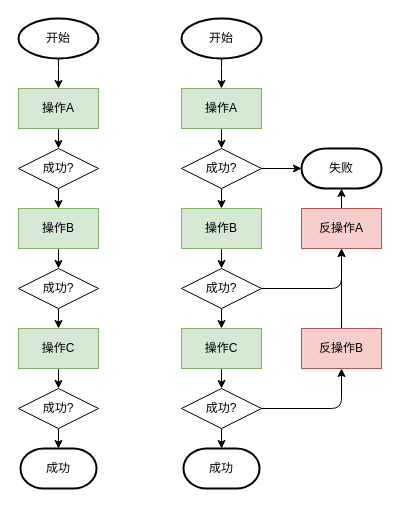
This is page "状态1" (2 of 5) of LBL4.drawio from MengJie/design, a draw.io file, before an edit. Source tidied: cells renumbered, new cells numbered last; positions are measured from the earlier drawing's top-left corner, leaving out a move shared by most shapes. Both pictures are drawn from the tidied source at 100%, with x=0, y=0 at pixel (18, 18).
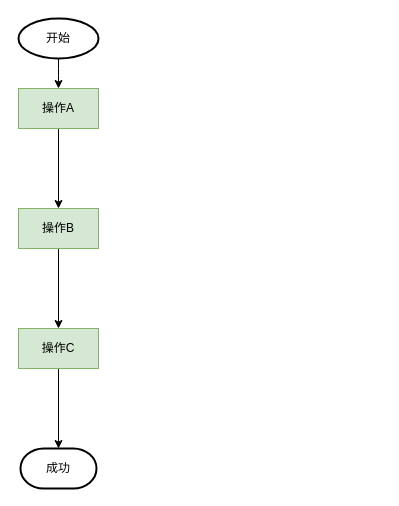
The same diagram, later.

The change refers to these unchanged cells:
```xml
<mxCell id="3" value="操作A" style="rounded=0;whiteSpace=wrap;html=1;fillColor=#d5e8d4;strokeColor=#82b366;" parent="1" vertex="1">
  <mxGeometry y="70" width="80" height="40" as="geometry" />
</mxCell>
<mxCell id="5" value="操作B" style="rounded=0;whiteSpace=wrap;html=1;fillColor=#d5e8d4;strokeColor=#82b366;" parent="1" vertex="1">
  <mxGeometry y="190" width="80" height="40" as="geometry" />
</mxCell>
<mxCell id="11" value="操作C" style="rounded=0;whiteSpace=wrap;html=1;fillColor=#d5e8d4;strokeColor=#82b366;" parent="1" vertex="1">
  <mxGeometry y="310" width="80" height="40" as="geometry" />
</mxCell>
<mxCell id="14" value="成功" style="strokeWidth=2;html=1;shape=mxgraph.flowchart.terminator;whiteSpace=wrap;" parent="1" vertex="1">
  <mxGeometry x="2" y="430" width="76" height="40" as="geometry" />
</mxCell>
```

What changed in the source:
```diff
@@
-    <mxCell id="2" style="edgeStyle=orthogonalEdgeStyle;rounded=1;jettySize=auto;html=1;" parent="1" edge="1" source="3" target="7">
-      <mxGeometry relative="1" as="geometry" />
-    </mxCell>
+    <mxCell id="40" style="edgeStyle=orthogonalEdgeStyle;rounded=1;jettySize=auto;html=1;" parent="1" edge="1" source="3" target="5">
+      <mxGeometry relative="1" as="geometry" />
+    </mxCell>
@@
-    <mxCell id="4" style="edgeStyle=orthogonalEdgeStyle;rounded=1;jettySize=auto;html=1;entryX=0.5;entryY=0;entryDx=0;entryDy=0;" parent="1" edge="1" source="5" target="9">
-      <mxGeometry relative="1" as="geometry" />
-    </mxCell>
+    <mxCell id="41" style="edgeStyle=orthogonalEdgeStyle;rounded=1;jettySize=auto;html=1;" parent="1" edge="1" source="5" target="11">
+      <mxGeometry relative="1" as="geometry" />
+    </mxCell>
@@
-    <mxCell id="6" style="edgeStyle=orthogonalEdgeStyle;rounded=1;jettySize=auto;html=1;entryX=0.5;entryY=0;entryDx=0;entryDy=0;" parent="1" edge="1" source="7" target="5">
-      <mxGeometry relative="1" as="geometry" />
-    </mxCell>
-    <mxCell id="7" value="成功?" style="rhombus;whiteSpace=wrap;html=1;" parent="1" vertex="1">
-      <mxGeometry y="130" width="80" height="40" as="geometry" />
-    </mxCell>
-    <mxCell id="8" style="edgeStyle=orthogonalEdgeStyle;rounded=1;jettySize=auto;html=1;entryX=0.5;entryY=0;entryDx=0;entryDy=0;" parent="1" edge="1" source="9" target="11">
-      <mxGeometry relative="1" as="geometry" />
-    </mxCell>
-    <mxCell id="9" value="成功?" style="rhombus;whiteSpace=wrap;html=1;" parent="1" vertex="1">
-      <mxGeometry y="250" width="80" height="40" as="geometry" />
-    </mxCell>
-    <mxCell id="10" style="edgeStyle=orthogonalEdgeStyle;rounded=1;jettySize=auto;html=1;entryX=0.5;entryY=0;entryDx=0;entryDy=0;" parent="1" edge="1" source="11" target="13">
-      <mxGeometry relative="1" as="geometry" />
-    </mxCell>
+    <mxCell id="42" style="edgeStyle=orthogonalEdgeStyle;rounded=1;jettySize=auto;html=1;" parent="1" edge="1" source="11" target="14">
+      <mxGeometry relative="1" as="geometry" />
+    </mxCell>
@@
-    <mxCell id="12" style="edgeStyle=orthogonalEdgeStyle;rounded=1;jettySize=auto;html=1;entryX=0.5;entryY=0;entryDx=0;entryDy=0;entryPerimeter=0;" parent="1" edge="1" source="13" target="14">
-      <mxGeometry relative="1" as="geometry" />
-    </mxCell>
-    <mxCell id="13" value="成功?" style="rhombus;whiteSpace=wrap;html=1;" parent="1" vertex="1">
-      <mxGeometry y="370" width="80" height="40" as="geometry" />
-    </mxCell>
@@
-    <mxCell id="17" style="edgeStyle=orthogonalEdgeStyle;rounded=1;jettySize=auto;html=1;" parent="1" edge="1" source="18" target="23">
-      <mxGeometry relative="1" as="geometry" />
-    </mxCell>
-    <mxCell id="18" value="操作A" style="rounded=0;whiteSpace=wrap;html=1;fillColor=#d5e8d4;strokeColor=#82b366;" parent="1" vertex="1">
-      <mxGeometry x="163" y="70" width="80" height="40" as="geometry" />
-    </mxCell>
-    <mxCell id="19" style="edgeStyle=orthogonalEdgeStyle;rounded=1;jettySize=auto;html=1;entryX=0.5;entryY=0;entryDx=0;entryDy=0;" parent="1" edge="1" source="20" target="26">
-      <mxGeometry relative="1" as="geometry" />
-    </mxCell>
-    <mxCell id="20" value="操作B" style="rounded=0;whiteSpace=wrap;html=1;fillColor=#d5e8d4;strokeColor=#82b366;" parent="1" vertex="1">
-      <mxGeometry x="163" y="190" width="80" height="40" as="geometry" />
-    </mxCell>
-    <mxCell id="21" style="edgeStyle=orthogonalEdgeStyle;rounded=1;jettySize=auto;html=1;entryX=0.5;entryY=0;entryDx=0;entryDy=0;" parent="1" edge="1" source="23" target="20">
-      <mxGeometry relative="1" as="geometry" />
-    </mxCell>
-    <mxCell id="22" style="edgeStyle=orthogonalEdgeStyle;rounded=1;jettySize=auto;html=1;entryX=0;entryY=0.5;entryDx=0;entryDy=0;entryPerimeter=0;" parent="1" edge="1" source="23" target="33">
-      <mxGeometry relative="1" as="geometry" />
-    </mxCell>
-    <mxCell id="23" value="成功?" style="rhombus;whiteSpace=wrap;html=1;" parent="1" vertex="1">
-      <mxGeometry x="163" y="130" width="80" height="40" as="geometry" />
-    </mxCell>
-    <mxCell id="24" style="edgeStyle=orthogonalEdgeStyle;rounded=1;jettySize=auto;html=1;entryX=0.5;entryY=0;entryDx=0;entryDy=0;" parent="1" edge="1" source="26" target="28">
-      <mxGeometry relative="1" as="geometry" />
-    </mxCell>
-    <mxCell id="25" style="edgeStyle=orthogonalEdgeStyle;rounded=1;jettySize=auto;html=1;entryX=0.5;entryY=1;entryDx=0;entryDy=0;" parent="1" edge="1" source="26" target="35">
-      <mxGeometry relative="1" as="geometry" />
-    </mxCell>
-    <mxCell id="26" value="成功?" style="rhombus;whiteSpace=wrap;html=1;" parent="1" vertex="1">
-      <mxGeometry x="163" y="250" width="80" height="40" as="geometry" />
-    </mxCell>
-    <mxCell id="27" style="edgeStyle=orthogonalEdgeStyle;rounded=1;jettySize=auto;html=1;entryX=0.5;entryY=0;entryDx=0;entryDy=0;" parent="1" edge="1" source="28" target="31">
-      <mxGeometry relative="1" as="geometry" />
-    </mxCell>
-    <mxCell id="28" value="操作C" style="rounded=0;whiteSpace=wrap;html=1;fillColor=#d5e8d4;strokeColor=#82b366;" parent="1" vertex="1">
-      <mxGeometry x="163" y="310" width="80" height="40" as="geometry" />
-    </mxCell>
-    <mxCell id="29" style="edgeStyle=orthogonalEdgeStyle;rounded=1;jettySize=auto;html=1;entryX=0.5;entryY=0;entryDx=0;entryDy=0;entryPerimeter=0;" parent="1" edge="1" source="31" target="32">
-      <mxGeometry relative="1" as="geometry" />
-    </mxCell>
-    <mxCell id="30" style="edgeStyle=orthogonalEdgeStyle;rounded=1;jettySize=auto;html=1;entryX=0.5;entryY=1;entryDx=0;entryDy=0;" parent="1" edge="1" source="31" target="37">
-      <mxGeometry relative="1" as="geometry" />
-    </mxCell>
-    <mxCell id="31" value="成功?" style="rhombus;whiteSpace=wrap;html=1;" parent="1" vertex="1">
-      <mxGeometry x="163" y="370" width="80" height="40" as="geometry" />
-    </mxCell>
-    <mxCell id="32" value="成功" style="strokeWidth=2;html=1;shape=mxgraph.flowchart.terminator;whiteSpace=wrap;" parent="1" vertex="1">
-      <mxGeometry x="165" y="430" width="76" height="40" as="geometry" />
-    </mxCell>
-    <mxCell id="33" value="失败" style="strokeWidth=2;html=1;shape=mxgraph.flowchart.terminator;whiteSpace=wrap;" parent="1" vertex="1">
-      <mxGeometry x="283" y="130" width="80" height="40" as="geometry" />
-    </mxCell>
-    <mxCell id="34" style="edgeStyle=orthogonalEdgeStyle;rounded=1;jettySize=auto;html=1;exitX=0.5;exitY=0;exitDx=0;exitDy=0;entryX=0.5;entryY=1;entryDx=0;entryDy=0;entryPerimeter=0;" parent="1" edge="1" source="35" target="33">
-      <mxGeometry relative="1" as="geometry" />
-    </mxCell>
-    <mxCell id="35" value="反操作A" style="rounded=0;whiteSpace=wrap;html=1;fillColor=#f8cecc;strokeColor=#b85450;" parent="1" vertex="1">
-      <mxGeometry x="283" y="190" width="80" height="40" as="geometry" />
-    </mxCell>
-    <mxCell id="36" style="edgeStyle=orthogonalEdgeStyle;rounded=1;jettySize=auto;html=1;entryX=0.5;entryY=1;entryDx=0;entryDy=0;" parent="1" edge="1" source="37" target="35">
-      <mxGeometry relative="1" as="geometry" />
-    </mxCell>
-    <mxCell id="37" value="反操作B" style="rounded=0;whiteSpace=wrap;html=1;fillColor=#f8cecc;strokeColor=#b85450;" parent="1" vertex="1">
-      <mxGeometry x="283" y="310" width="80" height="40" as="geometry" />
-    </mxCell>
-    <mxCell id="38" style="edgeStyle=orthogonalEdgeStyle;rounded=1;jettySize=auto;html=1;entryX=0.5;entryY=0;entryDx=0;entryDy=0;" parent="1" edge="1" source="39" target="18">
-      <mxGeometry relative="1" as="geometry" />
-    </mxCell>
-    <mxCell id="39" value="开始" style="strokeWidth=2;html=1;shape=mxgraph.flowchart.start_1;whiteSpace=wrap;" parent="1" vertex="1">
-      <mxGeometry x="163" width="80" height="40" as="geometry" />
-    </mxCell>
```
